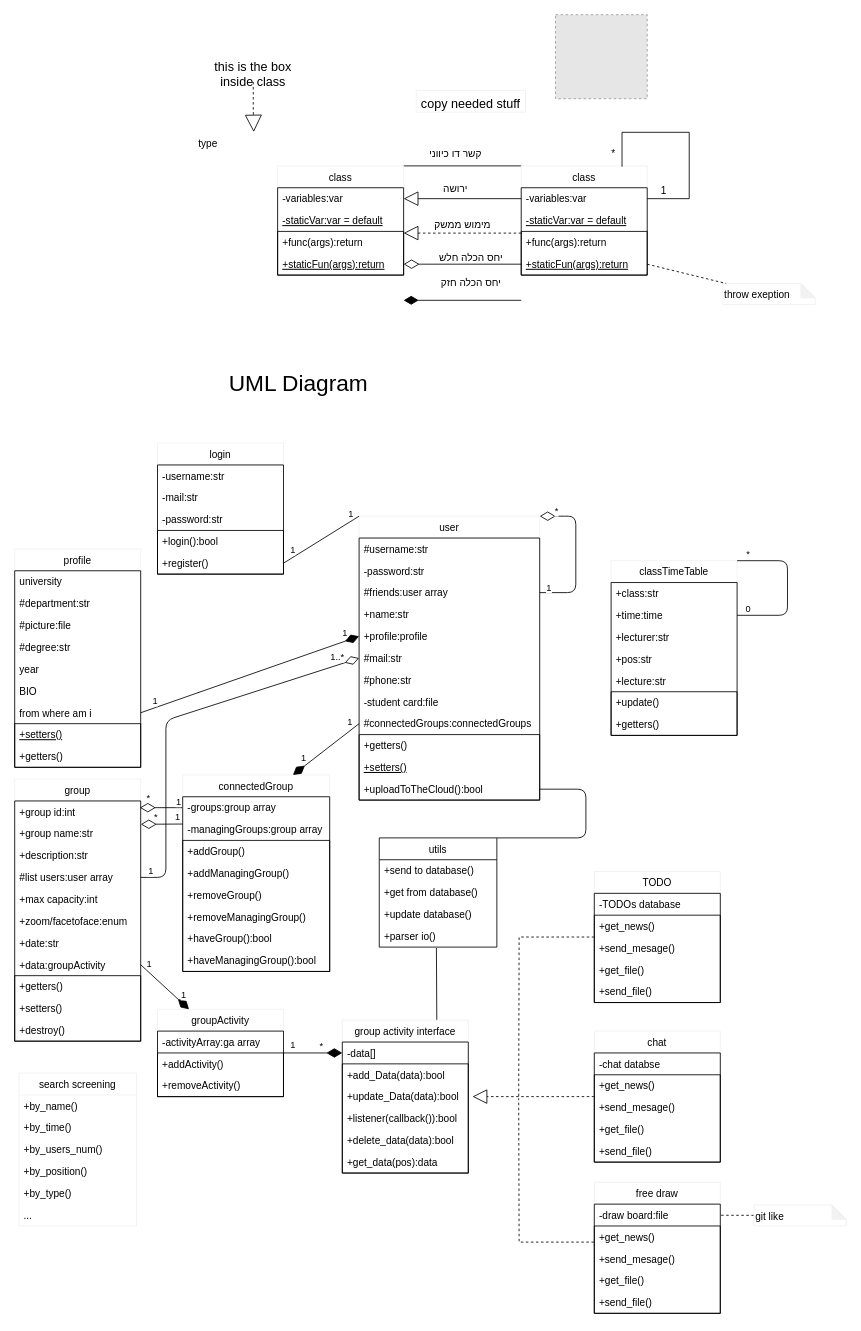
nadavsuissa/WeStudent keeps this draw.io diagram as documents/Class diagram.drawio. Above is the earlier version. Source tidied: cells renumbered, new cells numbered last; positions are measured from the earlier drawing's top-left corner, leaving out a move shared by most shapes. Both pictures are drawn from the tidied source at 84%, with x=0, y=0 at pixel (14, 14). Pictures stored in the file or linked from it are replaced by grey dashed boxes.
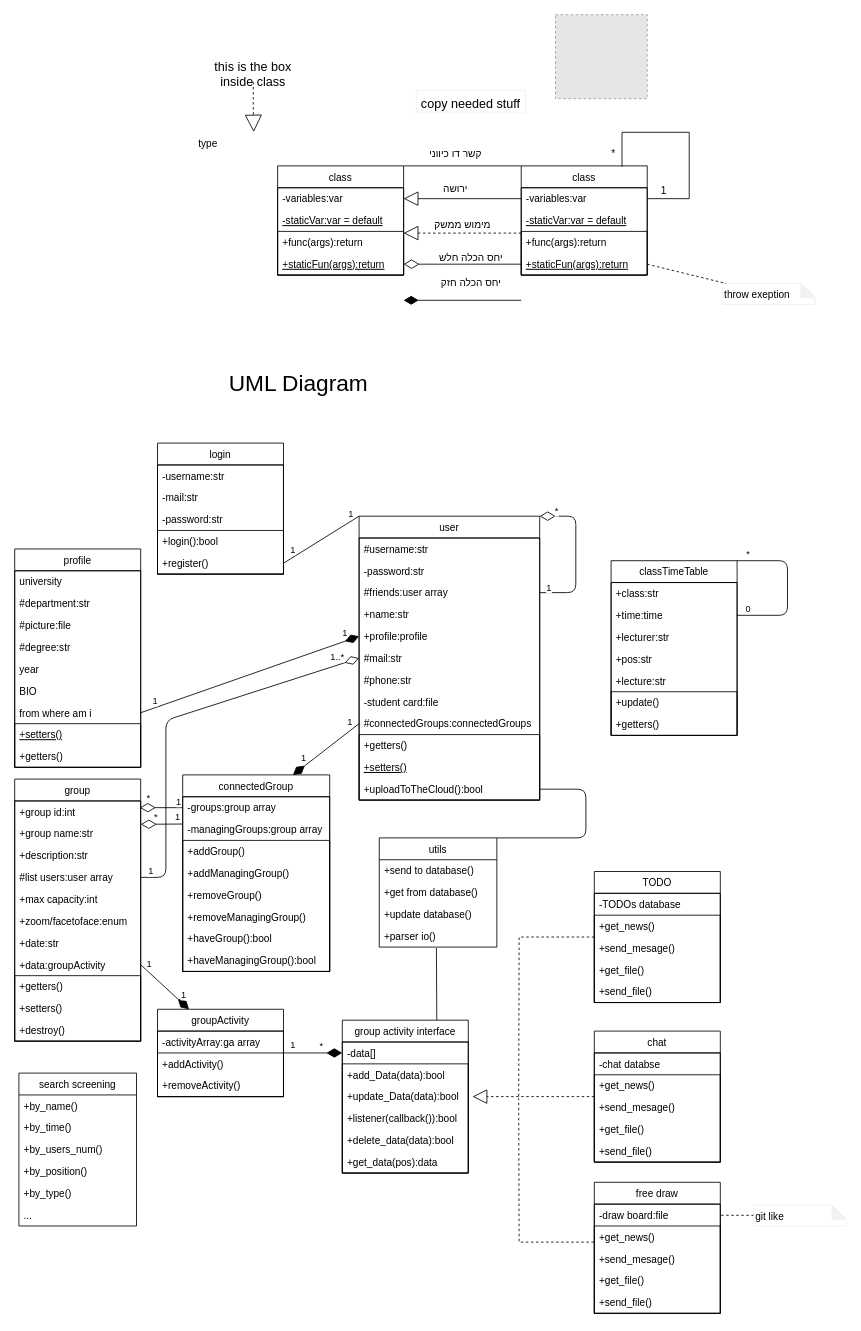
The same page after the edit.

Diff of the diagram source:
```diff
@@
-    <mxCell id="7" value="search screening" style="swimlane;fontStyle=0;horizontal=1;startSize=26;strokeColor=#f0f0f0;fillColor=none;" parent="1" vertex="1">
+    <mxCell id="7" value="search screening" style="swimlane;fontStyle=0;horizontal=1;startSize=26;" parent="1" vertex="1">
       <mxGeometry x="5" y="1260" width="140" height="182" as="geometry" />
     </mxCell>
@@
-    <mxCell id="17" value="class" style="swimlane;fontStyle=0;horizontal=1;startSize=26;rounded=0;shadow=0;glass=0;comic=0;sketch=0;strokeColor=#f0f0f0;fillColor=none;gradientColor=none;verticalAlign=top;" parent="1" vertex="1">
+    <mxCell id="17" value="class" style="swimlane;fontStyle=0;horizontal=1;startSize=26;rounded=0;shadow=0;glass=0;comic=0;sketch=0;verticalAlign=top;" parent="1" vertex="1">
       <mxGeometry x="603" y="180" width="150" height="130" as="geometry" />
     </mxCell>
@@
-    <mxCell id="29" value="class" style="swimlane;fontStyle=0;horizontal=1;startSize=26;rounded=0;shadow=0;glass=0;comic=0;sketch=0;strokeColor=#f0f0f0;fillColor=none;gradientColor=none;verticalAlign=top;" parent="1" vertex="1">
+    <mxCell id="29" value="class" style="swimlane;fontStyle=0;horizontal=1;startSize=26;rounded=0;shadow=0;glass=0;comic=0;sketch=0;verticalAlign=top;" parent="1" vertex="1">
       <mxGeometry x="313" y="180" width="150" height="130" as="geometry" />
     </mxCell>
@@
-    <mxCell id="48" value="group activity interface" style="swimlane;fontStyle=0;horizontal=1;startSize=26;rounded=0;shadow=0;glass=0;comic=0;sketch=0;strokeColor=#f0f0f0;fillColor=none;gradientColor=none;verticalAlign=top;" parent="1" vertex="1">
+    <mxCell id="48" value="group activity interface" style="swimlane;fontStyle=0;horizontal=1;startSize=26;rounded=0;shadow=0;glass=0;comic=0;sketch=0;verticalAlign=top;" parent="1" vertex="1">
       <mxGeometry x="390" y="1197" width="150" height="182" as="geometry" />
     </mxCell>
@@
-    <mxCell id="61" value="user" style="swimlane;fontStyle=0;horizontal=1;startSize=26;rounded=0;shadow=0;glass=0;comic=0;sketch=0;strokeColor=#f0f0f0;fillColor=none;gradientColor=none;verticalAlign=top;" parent="1" vertex="1">
+    <mxCell id="61" value="user" style="swimlane;fontStyle=0;horizontal=1;startSize=26;rounded=0;shadow=0;glass=0;comic=0;sketch=0;verticalAlign=top;" parent="1" vertex="1">
       <mxGeometry x="410" y="597" width="215" height="338" as="geometry" />
     </mxCell>
@@
-    <mxCell id="79" value="group" style="swimlane;fontStyle=0;horizontal=1;startSize=26;rounded=0;shadow=0;glass=0;comic=0;sketch=0;strokeColor=#f0f0f0;fillColor=none;gradientColor=none;verticalAlign=top;" parent="1" vertex="1">
+    <mxCell id="79" value="group" style="swimlane;fontStyle=0;horizontal=1;startSize=26;rounded=0;shadow=0;glass=0;comic=0;sketch=0;verticalAlign=top;" parent="1" vertex="1">
       <mxGeometry y="910" width="150" height="312" as="geometry" />
     </mxCell>
@@
-    <mxCell id="93" value="groupActivity" style="swimlane;fontStyle=0;horizontal=1;startSize=26;rounded=0;shadow=0;glass=0;comic=0;sketch=0;strokeColor=#f0f0f0;fillColor=none;gradientColor=none;verticalAlign=top;" parent="1" vertex="1">
+    <mxCell id="93" value="groupActivity" style="swimlane;fontStyle=0;horizontal=1;startSize=26;rounded=0;shadow=0;glass=0;comic=0;sketch=0;verticalAlign=top;" parent="1" vertex="1">
       <mxGeometry x="170" y="1184" width="150" height="104" as="geometry" />
     </mxCell>
@@
-    <mxCell id="99" value="TODO" style="swimlane;fontStyle=0;horizontal=1;startSize=26;rounded=0;shadow=0;glass=0;comic=0;sketch=0;strokeColor=#f0f0f0;fillColor=none;gradientColor=none;verticalAlign=top;" parent="1" vertex="1">
+    <mxCell id="99" value="TODO" style="swimlane;fontStyle=0;horizontal=1;startSize=26;rounded=0;shadow=0;glass=0;comic=0;sketch=0;verticalAlign=top;" parent="1" vertex="1">
       <mxGeometry x="690" y="1020" width="150" height="156" as="geometry" />
     </mxCell>
@@
-    <mxCell id="107" value="chat" style="swimlane;fontStyle=0;horizontal=1;startSize=26;rounded=0;shadow=0;glass=0;comic=0;sketch=0;strokeColor=#f0f0f0;fillColor=none;gradientColor=none;verticalAlign=top;" parent="1" vertex="1">
+    <mxCell id="107" value="chat" style="swimlane;fontStyle=0;horizontal=1;startSize=26;rounded=0;shadow=0;glass=0;comic=0;sketch=0;verticalAlign=top;" parent="1" vertex="1">
       <mxGeometry x="690" y="1210" width="150" height="156" as="geometry" />
     </mxCell>
@@
-    <mxCell id="115" value="free draw" style="swimlane;fontStyle=0;horizontal=1;startSize=26;rounded=0;shadow=0;glass=0;comic=0;sketch=0;strokeColor=#f0f0f0;fillColor=none;gradientColor=none;verticalAlign=top;" parent="1" vertex="1">
+    <mxCell id="115" value="free draw" style="swimlane;fontStyle=0;horizontal=1;startSize=26;rounded=0;shadow=0;glass=0;comic=0;sketch=0;verticalAlign=top;" parent="1" vertex="1">
       <mxGeometry x="690" y="1390" width="150" height="156" as="geometry" />
     </mxCell>
@@
-    <mxCell id="135" value="profile" style="swimlane;fontStyle=0;horizontal=1;startSize=26;rounded=0;shadow=0;glass=0;comic=0;sketch=0;strokeColor=#f0f0f0;fillColor=none;gradientColor=none;verticalAlign=top;" parent="1" vertex="1">
+    <mxCell id="135" value="profile" style="swimlane;fontStyle=0;horizontal=1;startSize=26;rounded=0;shadow=0;glass=0;comic=0;sketch=0;verticalAlign=top;" parent="1" vertex="1">
       <mxGeometry y="636" width="150" height="260" as="geometry" />
     </mxCell>
@@
-    <mxCell id="150" value="login" style="swimlane;fontStyle=0;horizontal=1;startSize=26;rounded=0;shadow=0;glass=0;comic=0;sketch=0;strokeColor=#f0f0f0;fillColor=none;gradientColor=none;verticalAlign=top;" parent="1" vertex="1">
+    <mxCell id="150" value="login" style="swimlane;fontStyle=0;horizontal=1;startSize=26;rounded=0;shadow=0;glass=0;comic=0;sketch=0;verticalAlign=top;" parent="1" vertex="1">
       <mxGeometry x="170" y="510" width="150" height="156" as="geometry" />
     </mxCell>
@@
-    <mxCell id="158" value="connectedGroup" style="swimlane;fontStyle=0;horizontal=1;startSize=26;rounded=0;shadow=0;glass=0;comic=0;sketch=0;strokeColor=#f0f0f0;fillColor=none;gradientColor=none;verticalAlign=top;" parent="1" vertex="1">
+    <mxCell id="158" value="connectedGroup" style="swimlane;fontStyle=0;horizontal=1;startSize=26;rounded=0;shadow=0;glass=0;comic=0;sketch=0;verticalAlign=top;" parent="1" vertex="1">
       <mxGeometry x="200" y="905" width="175" height="234" as="geometry" />
     </mxCell>
@@
-    <mxCell id="182" value="classTimeTable" style="swimlane;fontStyle=0;horizontal=1;startSize=26;rounded=0;shadow=0;glass=0;comic=0;sketch=0;strokeColor=#f0f0f0;fillColor=none;gradientColor=none;verticalAlign=top;" parent="1" vertex="1">
+    <mxCell id="182" value="classTimeTable" style="swimlane;fontStyle=0;horizontal=1;startSize=26;rounded=0;shadow=0;glass=0;comic=0;sketch=0;verticalAlign=top;" parent="1" vertex="1">
       <mxGeometry x="710" y="650" width="150" height="208" as="geometry" />
     </mxCell>
```
